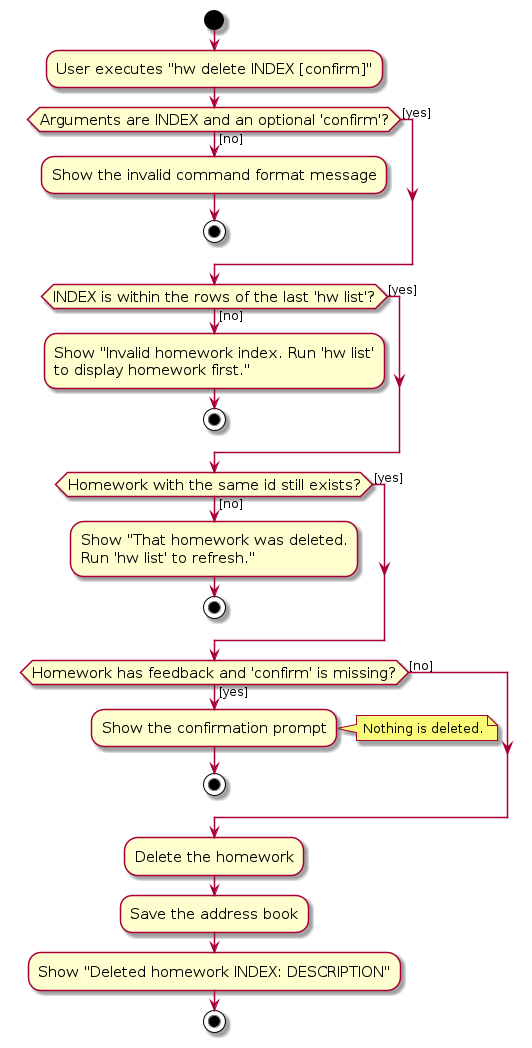
The PlantUML diagram diagrams/HomeworkDeleteActivityDiagram.png in AY2627S1-CS2103T-F15-1/tp, before a commit. Its source is kept beside it as diagrams/HomeworkDeleteActivityDiagram.puml. Its diagram source:
```plantuml
@startuml
skin rose
skinparam ActivityFontSize 15
skinparam ArrowFontSize 12

start
:User executes "hw delete INDEX [confirm]";

if (Arguments are INDEX and an optional 'confirm'?) then ([no])
    :Show the invalid command format message;
    stop
else ([yes])
endif

if (INDEX is within the rows of the last 'hw list'?) then ([no])
    :Show "Invalid homework index. Run 'hw list'
    to display homework first.";
    stop
else ([yes])
endif

if (Homework with the same id still exists?) then ([no])
    :Show "That homework was deleted.
    Run 'hw list' to refresh.";
    stop
else ([yes])
endif

if (Homework has feedback and 'confirm' is missing?) then ([yes])
    :Show the confirmation prompt;
    note right: Nothing is deleted.
    stop
else ([no])
endif

:Delete the homework;
:Save the address book;
:Show "Deleted homework INDEX: DESCRIPTION";
stop
@enduml
```
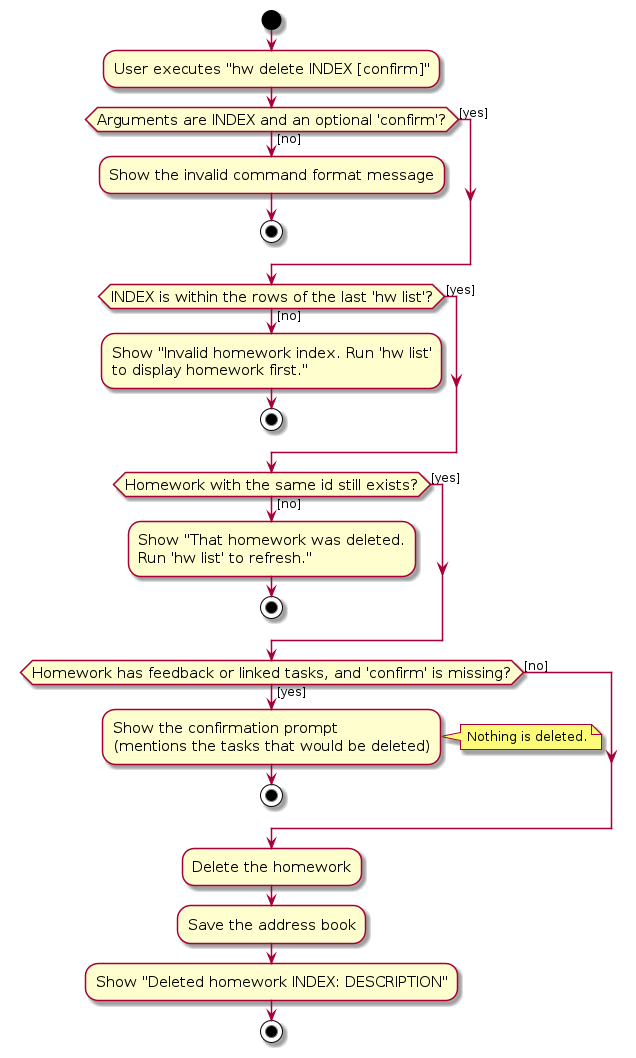
After the commit.

What changed in the source:
```diff
@@ -26,8 +26,9 @@
 else ([yes])
 endif
 
-if (Homework has feedback and 'confirm' is missing?) then ([yes])
-    :Show the confirmation prompt;
+if (Homework has feedback or linked tasks, and 'confirm' is missing?) then ([yes])
+    :Show the confirmation prompt
+    (mentions the tasks that would be deleted);
     note right: Nothing is deleted.
     stop
 else ([no])
```
